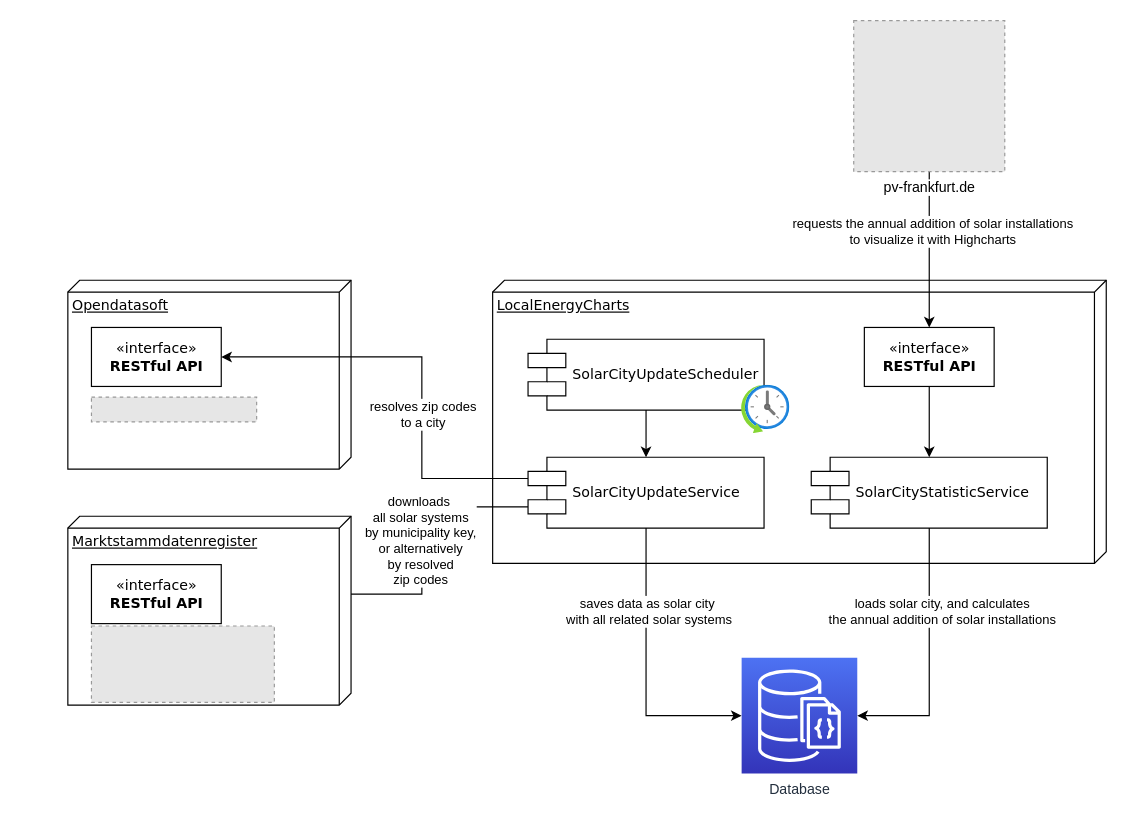
Before: architecture.drawio in snagel86/local-energy-charts, a draw.io diagram. Source tidied: cells renumbered, new cells numbered last; positions are measured from the earlier drawing's top-left corner, leaving out a move shared by most shapes. Both pictures are drawn from the tidied source at 118%, with x=0, y=0 at pixel (67, 20). Pictures stored in the file or linked from it are replaced by grey dashed boxes.
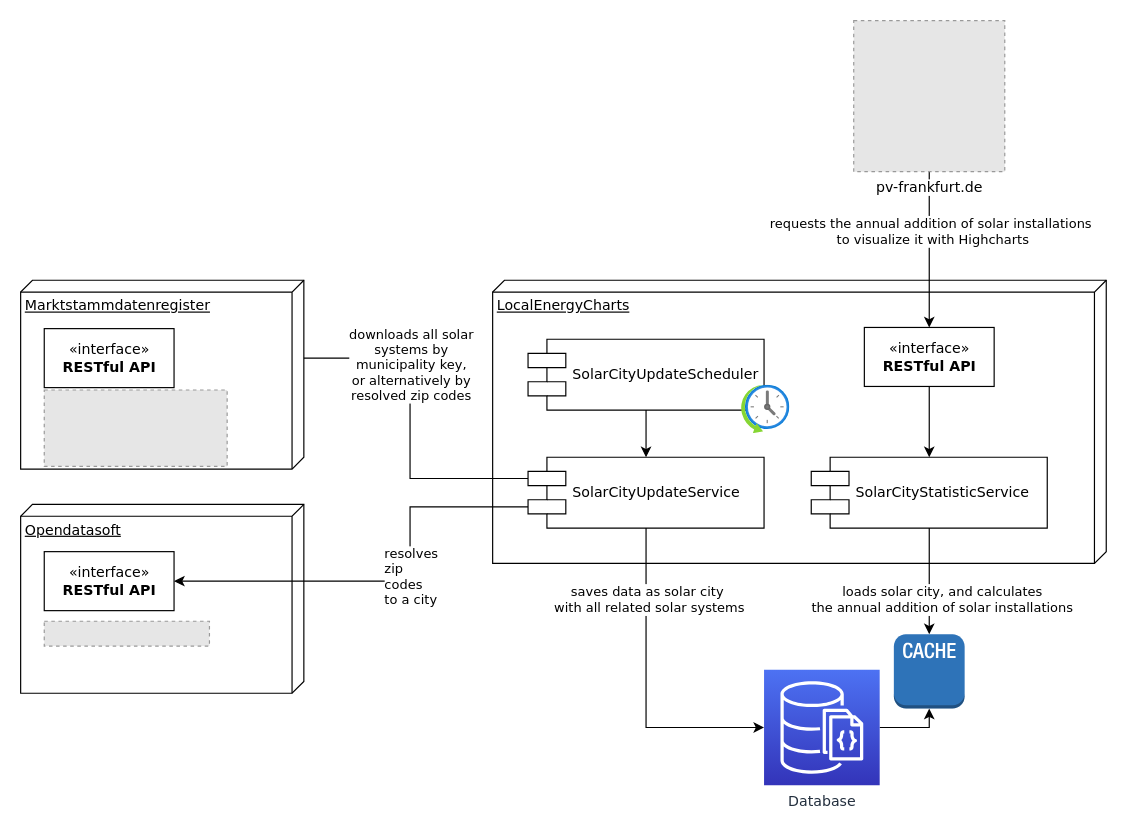
Above is the later version.

The change refers to these unchanged cells:
```xml
<mxCell id="15" value="SolarCityStatisticService" style="shape=component;align=left;spacingLeft=36;rounded=0;shadow=0;comic=0;labelBackgroundColor=none;strokeWidth=1;fontFamily=Verdana;fontSize=12;html=1;" parent="1" vertex="1">
  <mxGeometry x="630" y="370" width="200" height="60" as="geometry" />
</mxCell>
<mxCell id="17" value="«interface»&lt;br&gt;&lt;b&gt;RESTful API&lt;br&gt;&lt;/b&gt;" style="html=1;rounded=0;shadow=0;comic=0;labelBackgroundColor=none;strokeWidth=1;fontFamily=Verdana;fontSize=12;align=center;" parent="1" vertex="1">
  <mxGeometry x="675" y="260" width="110" height="50" as="geometry" />
</mxCell>
```

Change to the diagram source:
```diff
@@
     <mxCell id="2" value="Opendatasoft" style="verticalAlign=top;align=left;spacingTop=8;spacingLeft=2;spacingRight=12;shape=cube;size=10;direction=south;fontStyle=4;html=1;rounded=0;shadow=0;comic=0;labelBackgroundColor=none;strokeWidth=1;fontFamily=Verdana;fontSize=12;" parent="1" vertex="1">
-      <mxGeometry y="220" width="240" height="160" as="geometry" />
+      <mxGeometry x="-40" y="410" width="240" height="160" as="geometry" />
     </mxCell>
@@
     <mxCell id="4" value="«interface»&lt;br&gt;&lt;b&gt;RESTful API&lt;br&gt;&lt;/b&gt;" style="html=1;rounded=0;shadow=0;comic=0;labelBackgroundColor=none;strokeWidth=1;fontFamily=Verdana;fontSize=12;align=center;" parent="1" vertex="1">
-      <mxGeometry x="20" y="260" width="110" height="50" as="geometry" />
+      <mxGeometry x="-20" y="450" width="110" height="50" as="geometry" />
     </mxCell>
-    <mxCell id="5" style="edgeStyle=orthogonalEdgeStyle;rounded=0;jettySize=auto;html=1;exitX=0;exitY=0.3;exitDx=0;exitDy=0;" parent="1" edge="1" source="23" target="4">
-      <mxGeometry relative="1" as="geometry">
-        <Array as="points">
-          <mxPoint x="300" y="388" />
-          <mxPoint x="300" y="285" />
-        </Array>
-      </mxGeometry>
-    </mxCell>
-    <mxCell id="6" value="resolves zip codes&lt;br&gt;to a city" style="edgeLabel;html=1;align=center;verticalAlign=middle;" parent="5" vertex="1">
-      <mxGeometry x="-0.31" y="-4" relative="1" as="geometry">
-        <mxPoint x="-4" y="-20" as="offset" />
-      </mxGeometry>
-    </mxCell>
-    <mxCell id="7" style="edgeStyle=orthogonalEdgeStyle;rounded=0;jettySize=auto;html=1;entryX=0;entryY=0.5;entryDx=0;entryDy=0;entryPerimeter=0;" parent="1" edge="1" source="23" target="11">
+    <mxCell id="7" style="edgeStyle=orthogonalEdgeStyle;rounded=0;jettySize=auto;html=1;entryX=0;entryY=0.5;entryDx=0;entryDy=0;entryPerimeter=0;fontFamily=Verdana;" parent="1" edge="1" source="23" target="11">
       <mxGeometry relative="1" as="geometry" />
     </mxCell>
-    <mxCell id="8" value="&lt;div&gt;saves data as solar city&lt;/div&gt;&lt;div&gt;&amp;nbsp;with all related solar systems&lt;/div&gt;" style="edgeLabel;html=1;align=center;verticalAlign=middle;" parent="7" vertex="1">
+    <mxCell id="8" value="&lt;div style=&quot;&quot;&gt;&lt;font style=&quot;font-size: 11px;&quot;&gt;saves data as solar city&lt;/font&gt;&lt;/div&gt;&lt;div style=&quot;&quot;&gt;&lt;font style=&quot;font-size: 11px;&quot;&gt;&amp;nbsp;with all related solar systems&lt;/font&gt;&lt;/div&gt;" style="edgeLabel;html=1;align=center;verticalAlign=middle;fontFamily=Verdana;" parent="7" vertex="1">
       <mxGeometry x="0.02" y="1" relative="1" as="geometry">
-        <mxPoint x="-1" y="-52" as="offset" />
+        <mxPoint x="-1" y="-77" as="offset" />
       </mxGeometry>
     </mxCell>
-    <mxCell id="9" style="edgeStyle=orthogonalEdgeStyle;rounded=0;jettySize=auto;html=1;exitX=0.5;exitY=1;exitDx=0;exitDy=0;entryX=0.5;entryY=0;entryDx=0;entryDy=0;" parent="1" edge="1" source="10" target="23">
+    <mxCell id="9" style="edgeStyle=orthogonalEdgeStyle;rounded=0;jettySize=auto;html=1;exitX=0.5;exitY=1;exitDx=0;exitDy=0;entryX=0.5;entryY=0;entryDx=0;entryDy=0;fontFamily=Verdana;" parent="1" edge="1" source="10" target="23">
       <mxGeometry relative="1" as="geometry" />
     </mxCell>
-    <mxCell id="10" value="&lt;span class=&quot;pl-smi&quot;&gt;&lt;span data-hydro-click=&quot;{&amp;quot;event_type&amp;quot;:&amp;quot;code_navigation.click_on_symbol&amp;quot;,&amp;quot;payload&amp;quot;:{&amp;quot;action&amp;quot;:&amp;quot;click_on_symbol&amp;quot;,&amp;quot;repository_id&amp;quot;:535825856,&amp;quot;ref&amp;quot;:&amp;quot;main&amp;quot;,&amp;quot;language&amp;quot;:&amp;quot;Java&amp;quot;,&amp;quot;backend&amp;quot;:&amp;quot;ALEPH_FUZZY&amp;quot;,&amp;quot;code_nav_context&amp;quot;:&amp;quot;BLOB_VIEW&amp;quot;,&amp;quot;retry_backend&amp;quot;:&amp;quot;&amp;quot;,&amp;quot;cross_repo_results_included&amp;quot;:&amp;quot;CROSS_REPO_ENABLED&amp;quot;,&amp;quot;in_repo_result_count&amp;quot;:1,&amp;quot;cross_repo_result_count&amp;quot;:0,&amp;quot;originating_url&amp;quot;:&amp;quot;https://github.com/snagel86/local-energy-charts/find-definition?q=MastrClientScheduler&amp;amp;blob_path=domain%2Fmastr-client%2Fsrc%2Fmain%2Fjava%2Fde%2Flocal%2Fenergycharts%2Fmastr%2Fschedule%2FMastrClientScheduler.java&amp;amp;ref=main&amp;amp;language=Java&amp;amp;row=11&amp;amp;col=13&amp;amp;code_nav_context=BLOB_VIEW&amp;quot;,&amp;quot;user_id&amp;quot;:null}}&quot; class=&quot;pl-token&quot;&gt;SolarCityUpdateScheduler&lt;/span&gt;&lt;/span&gt;" style="shape=component;align=left;spacingLeft=36;rounded=0;shadow=0;comic=0;labelBackgroundColor=none;strokeWidth=1;fontFamily=Verdana;fontSize=12;html=1;" parent="1" vertex="1">
+    <mxCell id="10" value="&lt;span class=&quot;pl-smi&quot;&gt;&lt;span class=&quot;pl-token&quot; data-hydro-click=&quot;{&amp;quot;event_type&amp;quot;:&amp;quot;code_navigation.click_on_symbol&amp;quot;,&amp;quot;payload&amp;quot;:{&amp;quot;action&amp;quot;:&amp;quot;click_on_symbol&amp;quot;,&amp;quot;repository_id&amp;quot;:535825856,&amp;quot;ref&amp;quot;:&amp;quot;main&amp;quot;,&amp;quot;language&amp;quot;:&amp;quot;Java&amp;quot;,&amp;quot;backend&amp;quot;:&amp;quot;ALEPH_FUZZY&amp;quot;,&amp;quot;code_nav_context&amp;quot;:&amp;quot;BLOB_VIEW&amp;quot;,&amp;quot;retry_backend&amp;quot;:&amp;quot;&amp;quot;,&amp;quot;cross_repo_results_included&amp;quot;:&amp;quot;CROSS_REPO_ENABLED&amp;quot;,&amp;quot;in_repo_result_count&amp;quot;:1,&amp;quot;cross_repo_result_count&amp;quot;:0,&amp;quot;originating_url&amp;quot;:&amp;quot;https://github.com/snagel86/local-energy-charts/find-definition?q=MastrClientScheduler&amp;amp;blob_path=domain%2Fmastr-client%2Fsrc%2Fmain%2Fjava%2Fde%2Flocal%2Fenergycharts%2Fmastr%2Fschedule%2FMastrClientScheduler.java&amp;amp;ref=main&amp;amp;language=Java&amp;amp;row=11&amp;amp;col=13&amp;amp;code_nav_context=BLOB_VIEW&amp;quot;,&amp;quot;user_id&amp;quot;:null}}&quot;&gt;SolarCityUpdateScheduler&lt;/span&gt;&lt;/span&gt;" style="shape=component;align=left;spacingLeft=36;rounded=0;shadow=0;comic=0;labelBackgroundColor=none;strokeWidth=1;fontFamily=Verdana;fontSize=12;html=1;" parent="1" vertex="1">
       <mxGeometry x="390" y="270" width="200" height="60" as="geometry" />
     </mxCell>
+    <mxCell id="28" style="edgeStyle=orthogonalEdgeStyle;rounded=0;jettySize=auto;html=1;fontFamily=Verdana;" parent="1" edge="1" source="11" target="30">
+      <mxGeometry relative="1" as="geometry">
+        <Array as="points">
+          <mxPoint x="730" y="599" />
+        </Array>
+      </mxGeometry>
+    </mxCell>
-    <mxCell id="11" value="Database" style="sketch=0;points=[[0,0,0],[0.25,0,0],[0.5,0,0],[0.75,0,0],[1,0,0],[0,1,0],[0.25,1,0],[0.5,1,0],[0.75,1,0],[1,1,0],[0,0.25,0],[0,0.5,0],[0,0.75,0],[1,0.25,0],[1,0.5,0],[1,0.75,0]];outlineConnect=0;fontColor=#232F3E;gradientColor=#4D72F3;gradientDirection=north;fillColor=#3334B9;strokeColor=#ffffff;dashed=0;verticalLabelPosition=bottom;verticalAlign=top;align=center;html=1;fontSize=12;fontStyle=0;shape=mxgraph.aws4.resourceIcon;resIcon=mxgraph.aws4.documentdb_with_mongodb_compatibility;" parent="1" vertex="1">
-      <mxGeometry x="571" y="540" width="98" height="98" as="geometry" />
+    <mxCell id="11" value="Database" style="sketch=0;points=[[0,0,0],[0.25,0,0],[0.5,0,0],[0.75,0,0],[1,0,0],[0,1,0],[0.25,1,0],[0.5,1,0],[0.75,1,0],[1,1,0],[0,0.25,0],[0,0.5,0],[0,0.75,0],[1,0.25,0],[1,0.5,0],[1,0.75,0]];outlineConnect=0;fontColor=#232F3E;gradientColor=#4D72F3;gradientDirection=north;fillColor=#3334B9;strokeColor=#ffffff;dashed=0;verticalLabelPosition=bottom;verticalAlign=top;align=center;html=1;fontSize=12;fontStyle=0;shape=mxgraph.aws4.resourceIcon;resIcon=mxgraph.aws4.documentdb_with_mongodb_compatibility;fontFamily=Verdana;" parent="1" vertex="1">
+      <mxGeometry x="590" y="550" width="98" height="98" as="geometry" />
     </mxCell>
-    <mxCell id="12" style="html=1;align=center;image;fontSize=12;image=img/lib/azure2/general/Scheduler.svg;" parent="1" vertex="1">
+    <mxCell id="12" style="html=1;align=center;image;fontSize=12;image=img/lib/azure2/general/Scheduler.svg;fontFamily=Verdana;" parent="1" vertex="1">
       <mxGeometry x="571" y="309" width="41" height="41" as="geometry" />
     </mxCell>
-    <mxCell id="13" style="edgeStyle=orthogonalEdgeStyle;rounded=0;jettySize=auto;html=1;entryX=1;entryY=0.5;entryDx=0;entryDy=0;entryPerimeter=0;" parent="1" edge="1" source="15" target="11">
-      <mxGeometry relative="1" as="geometry" />
-    </mxCell>
-    <mxCell id="14" value="&lt;div&gt;loads solar city, and calculates &lt;br&gt;&lt;/div&gt;&lt;div&gt;the annual addition of solar installations&lt;/div&gt;" style="edgeLabel;html=1;align=center;verticalAlign=middle;" parent="13" vertex="1">
-      <mxGeometry x="-0.1" y="1" relative="1" as="geometry">
-        <mxPoint x="9" y="-29" as="offset" />
-      </mxGeometry>
-    </mxCell>
@@
-    <mxCell id="16" style="edgeStyle=orthogonalEdgeStyle;rounded=0;jettySize=auto;html=1;exitX=0.5;exitY=1;exitDx=0;exitDy=0;entryX=0.5;entryY=0;entryDx=0;entryDy=0;" parent="1" edge="1" source="17" target="15">
+    <mxCell id="16" style="edgeStyle=orthogonalEdgeStyle;rounded=0;jettySize=auto;html=1;exitX=0.5;exitY=1;exitDx=0;exitDy=0;entryX=0.5;entryY=0;entryDx=0;entryDy=0;fontFamily=Verdana;" parent="1" edge="1" source="17" target="15">
       <mxGeometry relative="1" as="geometry" />
     </mxCell>
@@
-    <mxCell id="18" style="edgeStyle=orthogonalEdgeStyle;rounded=0;jettySize=auto;html=1;exitX=0.5;exitY=1;exitDx=0;exitDy=0;" parent="1" edge="1" source="20" target="17">
+    <mxCell id="18" style="edgeStyle=orthogonalEdgeStyle;rounded=0;jettySize=auto;html=1;exitX=0.5;exitY=1;exitDx=0;exitDy=0;fontFamily=Verdana;" parent="1" edge="1" source="20" target="17">
       <mxGeometry relative="1" as="geometry" />
     </mxCell>
-    <mxCell id="19" value="&lt;div&gt;requests the annual addition of solar installations &lt;br&gt;&lt;/div&gt;&lt;div&gt;to visualize it with Highcharts&lt;/div&gt;" style="edgeLabel;html=1;align=center;verticalAlign=middle;" parent="18" vertex="1">
+    <mxCell id="19" value="&lt;div&gt;&lt;font&gt;requests the annual addition of solar installations&amp;nbsp;&lt;/font&gt;&lt;/div&gt;&lt;div&gt;&lt;font&gt;to visualize it with Highcharts&lt;/font&gt;&lt;/div&gt;" style="edgeLabel;html=1;align=center;verticalAlign=middle;fontFamily=Verdana;" parent="18" vertex="1">
       <mxGeometry x="-0.24" y="2" relative="1" as="geometry" />
     </mxCell>
-    <mxCell id="20" value="pv-frankfurt.de" style="fillColor=#E6E6E6;strokeColor=#999999;dashed=1;html=1;verticalAlign=top;verticalLabelPosition=bottom;labelBackgroundColor=#ffffff;" parent="1" vertex="1">
+    <mxCell id="20" value="pv-frankfurt.de" style="fillColor=#E6E6E6;strokeColor=#999999;dashed=1;html=1;verticalAlign=top;verticalLabelPosition=bottom;labelBackgroundColor=#ffffff;fontFamily=Verdana;" parent="1" vertex="1">
       <mxGeometry x="666" width="128" height="128" as="geometry" />
     </mxCell>
-    <mxCell id="21" style="edgeStyle=orthogonalEdgeStyle;rounded=0;jettySize=auto;html=1;exitX=0;exitY=0.7;exitDx=0;exitDy=0;entryX=1;entryY=0.5;entryDx=0;entryDy=0;" parent="1" edge="1" source="23" target="25">
+    <mxCell id="21" style="edgeStyle=orthogonalEdgeStyle;rounded=0;jettySize=auto;html=1;exitX=0;exitY=0.3;exitDx=0;exitDy=0;entryX=1;entryY=0.5;entryDx=0;entryDy=0;fontFamily=Verdana;" parent="1" edge="1" source="23" target="25">
       <mxGeometry relative="1" as="geometry">
         <Array as="points">
-          <mxPoint x="300" y="412" />
-          <mxPoint x="300" y="486" />
+          <mxPoint x="290" y="388" />
+          <mxPoint x="290" y="286" />
         </Array>
       </mxGeometry>
     </mxCell>
-    <mxCell id="22" value="downloads&amp;nbsp;&lt;div&gt;all solar systems&lt;div&gt;by municipality key, &lt;br&gt;or alternatively &lt;br&gt;by resolved &lt;br&gt;zip codes&lt;/div&gt;&lt;/div&gt;" style="edgeLabel;html=1;align=center;verticalAlign=middle;" parent="21" vertex="1">
-      <mxGeometry x="-0.26" y="-2" relative="1" as="geometry">
-        <mxPoint y="-6" as="offset" />
+    <mxCell id="22" value="&lt;p class=&quot;p1&quot; style=&quot;margin: 0px; font-variant-numeric: normal; font-variant-east-asian: normal; font-variant-alternates: normal; font-size-adjust: none; font-kerning: auto; font-optical-sizing: auto; font-feature-settings: normal; font-variation-settings: normal; font-variant-position: normal; font-stretch: normal; line-height: normal; text-wrap: wrap; font-size: 11px;&quot;&gt;&lt;font&gt;&lt;font style=&quot;font-size: 11px;&quot;&gt;&lt;font style=&quot;font-size: 11px;&quot;&gt;downloads&amp;nbsp;&lt;/font&gt;all&amp;nbsp;&lt;/font&gt;solar systems by municipality key, or alternatively by resolved zip codes&lt;/font&gt;&lt;/p&gt;" style="edgeLabel;html=1;align=center;verticalAlign=middle;fontFamily=Verdana;fontSize=12;" parent="21" vertex="1">
+      <mxGeometry x="-0.11" y="-2" relative="1" as="geometry">
+        <mxPoint x="-2" y="-18" as="offset" />
       </mxGeometry>
     </mxCell>
+    <mxCell id="5" style="edgeStyle=orthogonalEdgeStyle;rounded=0;jettySize=auto;html=1;exitX=0;exitY=0.7;exitDx=0;exitDy=0;entryX=1;entryY=0.5;entryDx=0;entryDy=0;fontFamily=Verdana;" parent="1" edge="1" source="23" target="4">
+      <mxGeometry relative="1" as="geometry">
+        <Array as="points">
+          <mxPoint x="290" y="412" />
+          <mxPoint x="290" y="475" />
+        </Array>
+      </mxGeometry>
+    </mxCell>
+    <mxCell id="6" value="&lt;p class=&quot;p1&quot; style=&quot;margin: 0px; font-variant-numeric: normal; font-variant-east-asian: normal; font-variant-alternates: normal; font-size-adjust: none; font-kerning: auto; font-optical-sizing: auto; font-feature-settings: normal; font-variation-settings: normal; font-variant-position: normal; font-stretch: normal; line-height: normal; text-align: start; text-wrap: wrap;&quot;&gt;&lt;font style=&quot;font-size: 11px;&quot;&gt;resolves zip codes to a city&lt;/font&gt;&lt;/p&gt;" style="edgeLabel;html=1;align=center;verticalAlign=middle;fontFamily=Verdana;" parent="5" vertex="1">
+      <mxGeometry x="-0.2" y="-2" relative="1" as="geometry">
+        <mxPoint x="2" y="13" as="offset" />
+      </mxGeometry>
+    </mxCell>
-    <mxCell id="23" value="&lt;span class=&quot;pl-smi&quot;&gt;&lt;span data-hydro-click=&quot;{&amp;quot;event_type&amp;quot;:&amp;quot;code_navigation.click_on_symbol&amp;quot;,&amp;quot;payload&amp;quot;:{&amp;quot;action&amp;quot;:&amp;quot;click_on_symbol&amp;quot;,&amp;quot;repository_id&amp;quot;:535825856,&amp;quot;ref&amp;quot;:&amp;quot;main&amp;quot;,&amp;quot;language&amp;quot;:&amp;quot;Java&amp;quot;,&amp;quot;backend&amp;quot;:&amp;quot;ALEPH_FUZZY&amp;quot;,&amp;quot;code_nav_context&amp;quot;:&amp;quot;BLOB_VIEW&amp;quot;,&amp;quot;retry_backend&amp;quot;:&amp;quot;&amp;quot;,&amp;quot;cross_repo_results_included&amp;quot;:&amp;quot;CROSS_REPO_ENABLED&amp;quot;,&amp;quot;in_repo_result_count&amp;quot;:1,&amp;quot;cross_repo_result_count&amp;quot;:0,&amp;quot;originating_url&amp;quot;:&amp;quot;https://github.com/snagel86/local-energy-charts/find-definition?q=MastrClientScheduler&amp;amp;blob_path=domain%2Fmastr-client%2Fsrc%2Fmain%2Fjava%2Fde%2Flocal%2Fenergycharts%2Fmastr%2Fschedule%2FMastrClientScheduler.java&amp;amp;ref=main&amp;amp;language=Java&amp;amp;row=11&amp;amp;col=13&amp;amp;code_nav_context=BLOB_VIEW&amp;quot;,&amp;quot;user_id&amp;quot;:null}}&quot; class=&quot;pl-token&quot;&gt;SolarCityUpdateService&lt;/span&gt;&lt;/span&gt;" style="shape=component;align=left;spacingLeft=36;rounded=0;shadow=0;comic=0;labelBackgroundColor=none;strokeWidth=1;fontFamily=Verdana;fontSize=12;html=1;" parent="1" vertex="1">
+    <mxCell id="23" value="&lt;span class=&quot;pl-smi&quot;&gt;&lt;span class=&quot;pl-token&quot; data-hydro-click=&quot;{&amp;quot;event_type&amp;quot;:&amp;quot;code_navigation.click_on_symbol&amp;quot;,&amp;quot;payload&amp;quot;:{&amp;quot;action&amp;quot;:&amp;quot;click_on_symbol&amp;quot;,&amp;quot;repository_id&amp;quot;:535825856,&amp;quot;ref&amp;quot;:&amp;quot;main&amp;quot;,&amp;quot;language&amp;quot;:&amp;quot;Java&amp;quot;,&amp;quot;backend&amp;quot;:&amp;quot;ALEPH_FUZZY&amp;quot;,&amp;quot;code_nav_context&amp;quot;:&amp;quot;BLOB_VIEW&amp;quot;,&amp;quot;retry_backend&amp;quot;:&amp;quot;&amp;quot;,&amp;quot;cross_repo_results_included&amp;quot;:&amp;quot;CROSS_REPO_ENABLED&amp;quot;,&amp;quot;in_repo_result_count&amp;quot;:1,&amp;quot;cross_repo_result_count&amp;quot;:0,&amp;quot;originating_url&amp;quot;:&amp;quot;https://github.com/snagel86/local-energy-charts/find-definition?q=MastrClientScheduler&amp;amp;blob_path=domain%2Fmastr-client%2Fsrc%2Fmain%2Fjava%2Fde%2Flocal%2Fenergycharts%2Fmastr%2Fschedule%2FMastrClientScheduler.java&amp;amp;ref=main&amp;amp;language=Java&amp;amp;row=11&amp;amp;col=13&amp;amp;code_nav_context=BLOB_VIEW&amp;quot;,&amp;quot;user_id&amp;quot;:null}}&quot;&gt;SolarCityUpdateService&lt;/span&gt;&lt;/span&gt;" style="shape=component;align=left;spacingLeft=36;rounded=0;shadow=0;comic=0;labelBackgroundColor=none;strokeWidth=1;fontFamily=Verdana;fontSize=12;html=1;" parent="1" vertex="1">
       <mxGeometry x="390" y="370" width="200" height="60" as="geometry" />
     </mxCell>
     <mxCell id="24" value="Marktstammdatenregister" style="verticalAlign=top;align=left;spacingTop=8;spacingLeft=2;spacingRight=12;shape=cube;size=10;direction=south;fontStyle=4;html=1;rounded=0;shadow=0;comic=0;labelBackgroundColor=none;strokeWidth=1;fontFamily=Verdana;fontSize=12;" parent="1" vertex="1">
-      <mxGeometry y="420" width="240" height="160" as="geometry" />
+      <mxGeometry x="-40" y="220" width="240" height="160" as="geometry" />
     </mxCell>
     <mxCell id="25" value="«interface»&lt;br&gt;&lt;b&gt;RESTful API&lt;br&gt;&lt;/b&gt;" style="html=1;rounded=0;shadow=0;comic=0;labelBackgroundColor=none;strokeWidth=1;fontFamily=Verdana;fontSize=12;align=center;" parent="1" vertex="1">
-      <mxGeometry x="20" y="461" width="110" height="50" as="geometry" />
+      <mxGeometry x="-20" y="261" width="110" height="50" as="geometry" />
     </mxCell>
-    <mxCell id="26" style="fillColor=#E6E6E6;strokeColor=#999999;dashed=1;verticalLabelPosition=bottom;labelBackgroundColor=default;verticalAlign=top;" parent="1" vertex="1">
-      <mxGeometry x="20" y="513" width="155" height="64.8" as="geometry" />
+    <mxCell id="26" style="fillColor=#E6E6E6;strokeColor=#999999;dashed=1;verticalLabelPosition=bottom;labelBackgroundColor=default;verticalAlign=top;fontFamily=Verdana;" parent="1" vertex="1">
+      <mxGeometry x="-20" y="313" width="155" height="64.8" as="geometry" />
     </mxCell>
-    <mxCell id="27" style="fillColor=#E6E6E6;strokeColor=#999999;dashed=1;verticalLabelPosition=bottom;labelBackgroundColor=default;verticalAlign=top;" parent="1" vertex="1">
-      <mxGeometry x="20" y="319" width="140" height="21" as="geometry" />
+    <mxCell id="27" style="fillColor=#E6E6E6;strokeColor=#999999;dashed=1;verticalLabelPosition=bottom;labelBackgroundColor=default;verticalAlign=top;fontFamily=Verdana;" parent="1" vertex="1">
+      <mxGeometry x="-20" y="509" width="140" height="21" as="geometry" />
     </mxCell>
+    <mxCell id="29" style="edgeStyle=orthogonalEdgeStyle;rounded=0;jettySize=auto;html=1;entryX=0.5;entryY=0;entryDx=0;entryDy=0;entryPerimeter=0;fontFamily=Verdana;" parent="1" edge="1" source="15" target="30">
+      <mxGeometry relative="1" as="geometry">
+        <Array as="points">
+          <mxPoint x="730" y="510" />
+          <mxPoint x="730" y="510" />
+        </Array>
+      </mxGeometry>
+    </mxCell>
+    <mxCell id="14" value="&lt;div style=&quot;&quot;&gt;&lt;font style=&quot;font-size: 11px;&quot;&gt;loads solar city, and calculates &lt;br&gt;&lt;/font&gt;&lt;/div&gt;&lt;div style=&quot;&quot;&gt;&lt;font style=&quot;font-size: 11px;&quot;&gt;the annual addition of solar installations&lt;/font&gt;&lt;/div&gt;" style="edgeLabel;html=1;align=center;verticalAlign=middle;fontFamily=Verdana;" parent="29" vertex="1">
+      <mxGeometry x="-0.1" y="1" relative="1" as="geometry">
+        <mxPoint x="9" y="19" as="offset" />
+      </mxGeometry>
+    </mxCell>
+    <mxCell id="30" style="outlineConnect=0;dashed=0;verticalLabelPosition=bottom;verticalAlign=top;align=center;html=1;shape=mxgraph.aws3.cache_node;fillColor=#2E73B8;gradientColor=none;fontFamily=Verdana;" parent="1" vertex="1">
+      <mxGeometry x="700" y="520" width="60" height="63" as="geometry" />
+    </mxCell>
```
